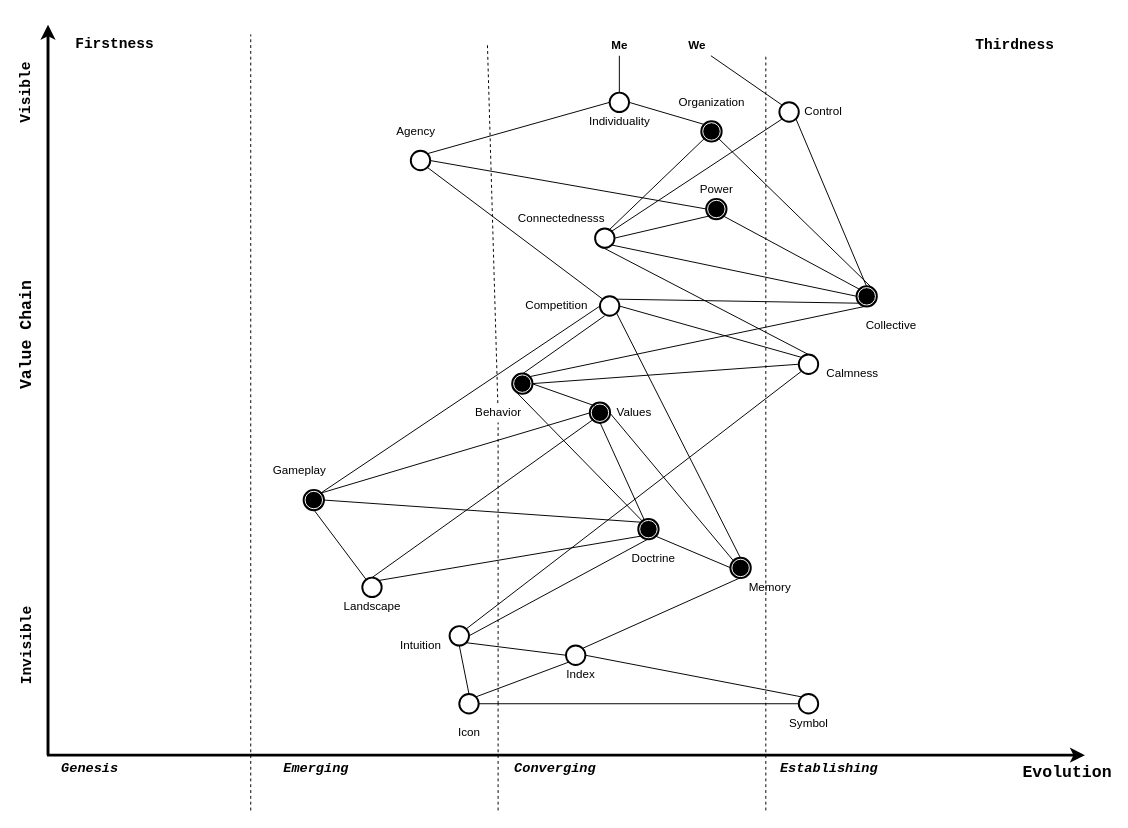
Earlier version of the draw.io diagram wardley_map.drawio (codeaudit/1). Source tidied: cells renumbered, new cells numbered last; positions are measured from the earlier drawing's top-left corner, leaving out a move shared by most shapes. Both pictures are drawn from the tidied source at 97%, with x=0, y=0 at pixel (-36, 24).
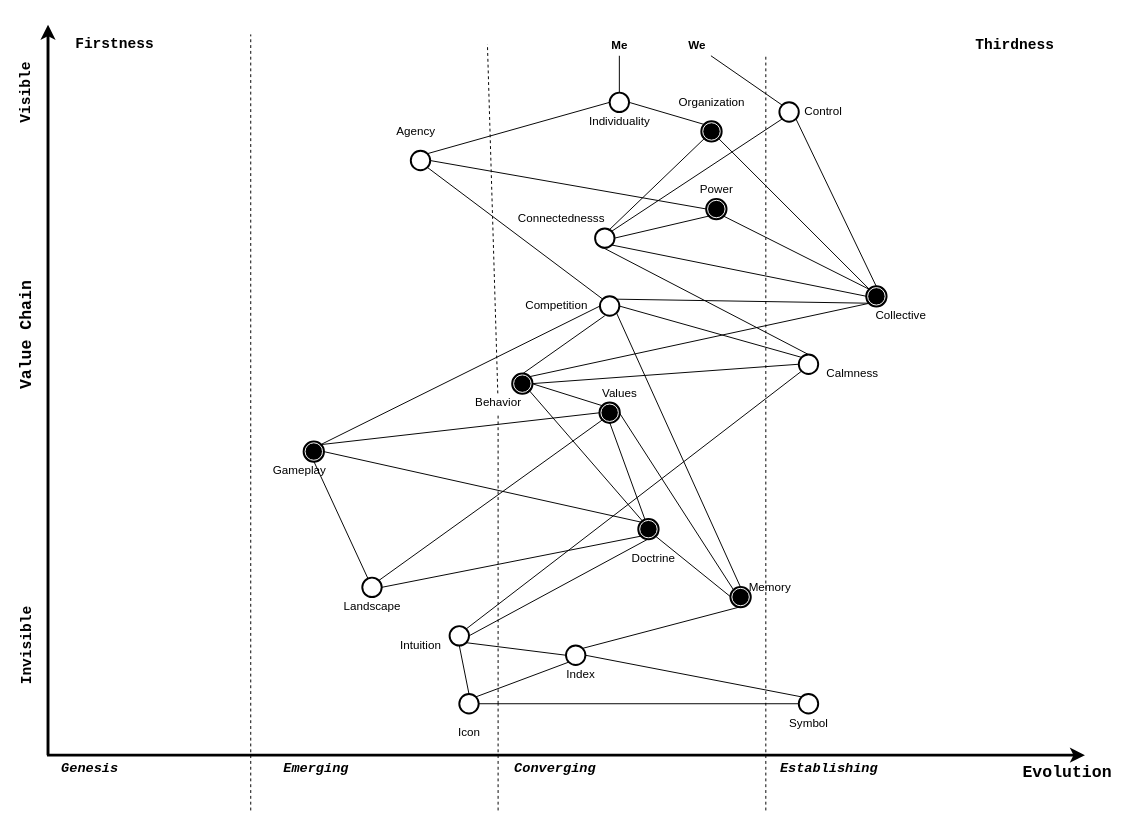
Above is the later version.

Unchanged cells that the change refers to:
```xml
<mxCell id="33" style="shape=mxgraph.bpmn.shape;html=1;verticalLabelPosition=bottom;labelBackgroundColor=#ffffff;verticalAlign=top;align=center;perimeter=ellipsePerimeter;outlineConnect=0;outline=end;symbol=terminate;rotation=0;fontStyle=1;" parent="1" vertex="1">
  <mxGeometry x="565" y="360" width="20" height="20" as="geometry" />
</mxCell>
<mxCell id="37" style="shape=mxgraph.bpmn.shape;html=1;verticalLabelPosition=bottom;labelBackgroundColor=#ffffff;verticalAlign=top;align=center;perimeter=ellipsePerimeter;outlineConnect=0;outline=end;symbol=terminate;rotation=0;fontStyle=1;" parent="1" vertex="1">
  <mxGeometry x="695" y="510" width="20" height="20" as="geometry" />
</mxCell>
<mxCell id="39" style="ellipse;whiteSpace=wrap;html=1;strokeColor=#000000;fillColor=#ffffff;fontFamily=Helvetica;fontSize=13;align=center;strokeWidth=2;" parent="1" vertex="1">
  <mxGeometry x="500" y="620" width="20" height="20" as="geometry" />
</mxCell>
<mxCell id="89" style="ellipse;whiteSpace=wrap;html=1;strokeColor=#000000;fillColor=#ffffff;fontFamily=Helvetica;fontSize=13;align=center;strokeWidth=2;" parent="1" vertex="1">
  <mxGeometry x="410" y="570" width="20" height="20" as="geometry" />
</mxCell>
<mxCell id="93" style="shape=mxgraph.bpmn.shape;html=1;verticalLabelPosition=bottom;labelBackgroundColor=#ffffff;verticalAlign=top;align=center;perimeter=ellipsePerimeter;outlineConnect=0;outline=end;symbol=terminate;rotation=0;fontStyle=1;" parent="1" vertex="1">
  <mxGeometry x="760" y="100" width="20" height="20" as="geometry" />
</mxCell>
```

The edit, as a diff of the source:
```diff
@@
     <mxCell id="24" style="shape=mxgraph.bpmn.shape;html=1;verticalLabelPosition=bottom;labelBackgroundColor=#ffffff;verticalAlign=top;align=center;perimeter=ellipsePerimeter;outlineConnect=0;outline=end;symbol=terminate;rotation=0;fontStyle=1;" parent="1" vertex="1">
-      <mxGeometry x="920" y="270" width="20" height="20" as="geometry" />
+      <mxGeometry x="930" y="270" width="20" height="20" as="geometry" />
     </mxCell>
     <mxCell id="25" value="Collective" style="text;html=1;align=center;verticalAlign=middle;" parent="1" vertex="1">
-      <mxGeometry x="920" y="300" width="70" height="20" as="geometry" />
+      <mxGeometry x="930" y="290" width="70" height="20" as="geometry" />
     </mxCell>
@@
     <mxCell id="32" value="Values" style="text;html=1;align=center;verticalAlign=middle;" parent="1" vertex="1">
-      <mxGeometry x="665" y="390" width="50" height="20" as="geometry" />
+      <mxGeometry x="650" y="370" width="50" height="20" as="geometry" />
     </mxCell>
@@
     <mxCell id="34" style="shape=mxgraph.bpmn.shape;html=1;verticalLabelPosition=bottom;labelBackgroundColor=#ffffff;verticalAlign=top;align=center;perimeter=ellipsePerimeter;outlineConnect=0;outline=end;symbol=terminate;rotation=0;fontStyle=1;" parent="1" vertex="1">
-      <mxGeometry x="645" y="390" width="20" height="20" as="geometry" />
+      <mxGeometry x="655" y="390" width="20" height="20" as="geometry" />
     </mxCell>
     <mxCell id="35" style="shape=mxgraph.bpmn.shape;html=1;verticalLabelPosition=bottom;labelBackgroundColor=#ffffff;verticalAlign=top;align=center;perimeter=ellipsePerimeter;outlineConnect=0;outline=end;symbol=terminate;rotation=0;fontStyle=1;" parent="1" vertex="1">
-      <mxGeometry x="350" y="480" width="20" height="20" as="geometry" />
+      <mxGeometry x="350" y="430" width="20" height="20" as="geometry" />
     </mxCell>
@@
     <mxCell id="47" style="shape=mxgraph.bpmn.shape;html=1;verticalLabelPosition=bottom;labelBackgroundColor=#ffffff;verticalAlign=top;align=center;perimeter=ellipsePerimeter;outlineConnect=0;outline=end;symbol=terminate;rotation=0;fontStyle=1;" parent="1" vertex="1">
-      <mxGeometry x="790" y="550" width="20" height="20" as="geometry" />
+      <mxGeometry x="790" y="580" width="20" height="20" as="geometry" />
     </mxCell>
@@
-    <mxCell id="72" style="endArrow=none;html=1;strokeColor=#000000;strokeWidth=1;fontFamily=Courier New;fontSize=14;fontColor=#000000;entryX=0.145;entryY=0.855;entryDx=0;entryDy=0;entryPerimeter=0;exitX=1;exitY=0;exitDx=0;exitDy=0;" parent="1" edge="1" source="89" target="37">
+    <mxCell id="72" style="endArrow=none;html=1;strokeColor=#000000;strokeWidth=1;fontFamily=Courier New;fontSize=14;fontColor=#000000;entryX=0.145;entryY=0.855;entryDx=0;entryDy=0;entryPerimeter=0;exitX=1;exitY=0.5;exitDx=0;exitDy=0;" parent="1" edge="1" source="89" target="37">
       <mxGeometry relative="1" as="geometry" />
     </mxCell>
@@
-    <mxCell id="75" style="endArrow=none;html=1;strokeColor=#000000;strokeWidth=1;fontFamily=Courier New;fontSize=14;fontColor=#000000;entryX=1;entryY=0.5;entryDx=0;entryDy=0;" parent="1" edge="1" target="33">
-      <mxGeometry relative="1" as="geometry">
-        <mxPoint x="650" y="393" as="sourcePoint" />
-      </mxGeometry>
+    <mxCell id="75" style="endArrow=none;html=1;strokeColor=#000000;strokeWidth=1;fontFamily=Courier New;fontSize=14;fontColor=#000000;entryX=1;entryY=0.5;entryDx=0;entryDy=0;exitX=0.145;exitY=0.145;exitDx=0;exitDy=0;exitPerimeter=0;" parent="1" edge="1" source="34" target="33">
+      <mxGeometry relative="1" as="geometry" />
     </mxCell>
-    <mxCell id="76" style="endArrow=none;html=1;strokeColor=#000000;strokeWidth=1;fontFamily=Courier New;fontSize=14;fontColor=#000000;entryX=1;entryY=0.5;entryDx=0;entryDy=0;exitX=0.5;exitY=1;exitDx=0;exitDy=0;" parent="1" edge="1" source="37" target="39">
-      <mxGeometry relative="1" as="geometry" />
+    <mxCell id="76" style="endArrow=none;html=1;strokeColor=#000000;strokeWidth=1;fontFamily=Courier New;fontSize=14;fontColor=#000000;exitX=0.5;exitY=1;exitDx=0;exitDy=0;" parent="1" edge="1" source="37">
+      <mxGeometry relative="1" as="geometry">
+        <mxPoint x="520" y="630" as="targetPoint" />
+      </mxGeometry>
     </mxCell>
@@
-    <mxCell id="85" style="endArrow=none;html=1;strokeColor=#000000;strokeWidth=1;fontFamily=Courier New;fontSize=14;fontColor=#000000;exitX=0.855;exitY=0.145;exitDx=0;exitDy=0;exitPerimeter=0;" parent="1" edge="1" source="33">
-      <mxGeometry relative="1" as="geometry">
-        <mxPoint x="930" y="290" as="targetPoint" />
-      </mxGeometry>
+    <mxCell id="85" style="endArrow=none;html=1;strokeColor=#000000;strokeWidth=1;fontFamily=Courier New;fontSize=14;fontColor=#000000;exitX=0.855;exitY=0.145;exitDx=0;exitDy=0;exitPerimeter=0;entryX=0.145;entryY=0.855;entryDx=0;entryDy=0;entryPerimeter=0;" parent="1" edge="1" source="33" target="24">
+      <mxGeometry relative="1" as="geometry" />
     </mxCell>
@@
-    <mxCell id="88" style="endArrow=none;html=1;strokeColor=#000000;strokeWidth=1;fontFamily=Courier New;fontSize=14;fontColor=#000000;entryX=0.145;entryY=0.855;entryDx=0;entryDy=0;entryPerimeter=0;exitX=0.5;exitY=0;exitDx=0;exitDy=0;" parent="1" edge="1" source="89" target="34">
+    <mxCell id="88" style="endArrow=none;html=1;strokeColor=#000000;strokeWidth=1;fontFamily=Courier New;fontSize=14;fontColor=#000000;entryX=0.145;entryY=0.855;entryDx=0;entryDy=0;entryPerimeter=0;exitX=1;exitY=0;exitDx=0;exitDy=0;" parent="1" edge="1" source="89" target="34">
       <mxGeometry relative="1" as="geometry" />
     </mxCell>
@@
-    <mxCell id="90" style="endArrow=none;html=1;strokeColor=#000000;strokeWidth=1;fontFamily=Courier New;fontSize=14;fontColor=#000000;" parent="1" edge="1">
+    <mxCell id="90" style="endArrow=none;html=1;strokeColor=#000000;strokeWidth=1;fontFamily=Courier New;fontSize=14;fontColor=#000000;entryX=0.855;entryY=0.855;entryDx=0;entryDy=0;entryPerimeter=0;" parent="1" edge="1" target="33">
       <mxGeometry relative="1" as="geometry">
         <mxPoint x="700" y="513" as="sourcePoint" />
-        <mxPoint x="570" y="380" as="targetPoint" />
       </mxGeometry>
     </mxCell>
     <mxCell id="91" value="Behavior" style="text;html=1;align=center;verticalAlign=middle;points=[];" parent="1" vertex="1">
-      <mxGeometry x="520" y="390" width="60" height="20" as="geometry" />
+      <mxGeometry x="520" y="380" width="60" height="20" as="geometry" />
     </mxCell>
@@
-    <mxCell id="96" style="endArrow=none;html=1;strokeColor=#000000;strokeWidth=1;fontFamily=Courier New;fontSize=14;fontColor=#000000;entryX=0.855;entryY=0.855;entryDx=0;entryDy=0;entryPerimeter=0;exitX=0.855;exitY=0.145;exitDx=0;exitDy=0;exitPerimeter=0;" parent="1" edge="1" source="24" target="93">
+    <mxCell id="96" style="endArrow=none;html=1;strokeColor=#000000;strokeWidth=1;fontFamily=Courier New;fontSize=14;fontColor=#000000;entryX=0.855;entryY=0.855;entryDx=0;entryDy=0;entryPerimeter=0;exitX=0.145;exitY=0.145;exitDx=0;exitDy=0;exitPerimeter=0;" parent="1" edge="1" source="24" target="93">
       <mxGeometry relative="1" as="geometry" />
     </mxCell>
```
